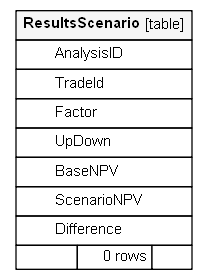
rkapl123/OreControl keeps this Graphviz diagram as docs/schemaDoc/diagrams/orphans/ResultsScenario.1degree.png. Above is the earlier version. Its source is kept beside it as docs/schemaDoc/diagrams/orphans/ResultsScenario.1degree.dot. Its diagram source:
```dot
digraph "ResultsScenario" {
  graph [
    rankdir="RL"
    bgcolor="#ffffff"
    nodesep="0.18"
    ranksep="0.46"
    fontname="Helvetica"
    fontsize="11"
    ration="compress"
  ];
  node [
    fontname="Helvetica"
    fontsize="11"
    shape="plaintext"
  ];
  edge [
    arrowsize="0.8"
  ];
  "ResultsScenario" [
   label=<
    <TABLE BORDER="0" CELLBORDER="1" CELLSPACING="0" BGCOLOR="#ffffff">
      <TR><TD COLSPAN="3"  BGCOLOR="#f5f5f5"><TABLE BORDER="0" CELLSPACING="0"><TR><TD ALIGN="LEFT"><B>ResultsScenario</B></TD><TD ALIGN="RIGHT">[table]</TD></TR></TABLE></TD></TR>
      <TR><TD PORT="AnalysisID" COLSPAN="3" ALIGN="LEFT"><TABLE BORDER="0" CELLSPACING="0" ALIGN="LEFT"><TR ALIGN="LEFT"><TD ALIGN="LEFT" FIXEDSIZE="TRUE" WIDTH="15" HEIGHT="16"></TD><TD ALIGN="LEFT" FIXEDSIZE="TRUE" WIDTH="94" HEIGHT="16">AnalysisID</TD></TR></TABLE></TD></TR>
      <TR><TD PORT="TradeId" COLSPAN="3" ALIGN="LEFT"><TABLE BORDER="0" CELLSPACING="0" ALIGN="LEFT"><TR ALIGN="LEFT"><TD ALIGN="LEFT" FIXEDSIZE="TRUE" WIDTH="15" HEIGHT="16"></TD><TD ALIGN="LEFT" FIXEDSIZE="TRUE" WIDTH="94" HEIGHT="16">TradeId</TD></TR></TABLE></TD></TR>
      <TR><TD PORT="Factor" COLSPAN="3" ALIGN="LEFT"><TABLE BORDER="0" CELLSPACING="0" ALIGN="LEFT"><TR ALIGN="LEFT"><TD ALIGN="LEFT" FIXEDSIZE="TRUE" WIDTH="15" HEIGHT="16"></TD><TD ALIGN="LEFT" FIXEDSIZE="TRUE" WIDTH="94" HEIGHT="16">Factor</TD></TR></TABLE></TD></TR>
      <TR><TD PORT="UpDown" COLSPAN="3" ALIGN="LEFT"><TABLE BORDER="0" CELLSPACING="0" ALIGN="LEFT"><TR ALIGN="LEFT"><TD ALIGN="LEFT" FIXEDSIZE="TRUE" WIDTH="15" HEIGHT="16"></TD><TD ALIGN="LEFT" FIXEDSIZE="TRUE" WIDTH="94" HEIGHT="16">UpDown</TD></TR></TABLE></TD></TR>
      <TR><TD PORT="BaseNPV" COLSPAN="3" ALIGN="LEFT"><TABLE BORDER="0" CELLSPACING="0" ALIGN="LEFT"><TR ALIGN="LEFT"><TD ALIGN="LEFT" FIXEDSIZE="TRUE" WIDTH="15" HEIGHT="16"></TD><TD ALIGN="LEFT" FIXEDSIZE="TRUE" WIDTH="94" HEIGHT="16">BaseNPV</TD></TR></TABLE></TD></TR>
      <TR><TD PORT="ScenarioNPV" COLSPAN="3" ALIGN="LEFT"><TABLE BORDER="0" CELLSPACING="0" ALIGN="LEFT"><TR ALIGN="LEFT"><TD ALIGN="LEFT" FIXEDSIZE="TRUE" WIDTH="15" HEIGHT="16"></TD><TD ALIGN="LEFT" FIXEDSIZE="TRUE" WIDTH="94" HEIGHT="16">ScenarioNPV</TD></TR></TABLE></TD></TR>
      <TR><TD PORT="Difference" COLSPAN="3" ALIGN="LEFT"><TABLE BORDER="0" CELLSPACING="0" ALIGN="LEFT"><TR ALIGN="LEFT"><TD ALIGN="LEFT" FIXEDSIZE="TRUE" WIDTH="15" HEIGHT="16"></TD><TD ALIGN="LEFT" FIXEDSIZE="TRUE" WIDTH="94" HEIGHT="16">Difference</TD></TR></TABLE></TD></TR>
      <TR><TD ALIGN="LEFT" BGCOLOR="#ffffff">  </TD><TD ALIGN="RIGHT" BGCOLOR="#ffffff">0 rows</TD><TD ALIGN="RIGHT" BGCOLOR="#ffffff">  </TD></TR>
    </TABLE>>
    URL="tables/ResultsScenario.html"
    tooltip="ResultsScenario"
  ];
}
```
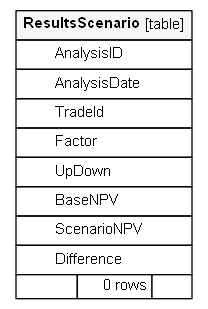
Later version of the same file.

What changed in the source:
```diff
@@ -21,6 +21,7 @@
     <TABLE BORDER="0" CELLBORDER="1" CELLSPACING="0" BGCOLOR="#ffffff">
       <TR><TD COLSPAN="3"  BGCOLOR="#f5f5f5"><TABLE BORDER="0" CELLSPACING="0"><TR><TD ALIGN="LEFT"><B>ResultsScenario</B></TD><TD ALIGN="RIGHT">[table]</TD></TR></TABLE></TD></TR>
       <TR><TD PORT="AnalysisID" COLSPAN="3" ALIGN="LEFT"><TABLE BORDER="0" CELLSPACING="0" ALIGN="LEFT"><TR ALIGN="LEFT"><TD ALIGN="LEFT" FIXEDSIZE="TRUE" WIDTH="15" HEIGHT="16"></TD><TD ALIGN="LEFT" FIXEDSIZE="TRUE" WIDTH="94" HEIGHT="16">AnalysisID</TD></TR></TABLE></TD></TR>
+      <TR><TD PORT="AnalysisDate" COLSPAN="3" ALIGN="LEFT"><TABLE BORDER="0" CELLSPACING="0" ALIGN="LEFT"><TR ALIGN="LEFT"><TD ALIGN="LEFT" FIXEDSIZE="TRUE" WIDTH="15" HEIGHT="16"></TD><TD ALIGN="LEFT" FIXEDSIZE="TRUE" WIDTH="94" HEIGHT="16">AnalysisDate</TD></TR></TABLE></TD></TR>
       <TR><TD PORT="TradeId" COLSPAN="3" ALIGN="LEFT"><TABLE BORDER="0" CELLSPACING="0" ALIGN="LEFT"><TR ALIGN="LEFT"><TD ALIGN="LEFT" FIXEDSIZE="TRUE" WIDTH="15" HEIGHT="16"></TD><TD ALIGN="LEFT" FIXEDSIZE="TRUE" WIDTH="94" HEIGHT="16">TradeId</TD></TR></TABLE></TD></TR>
       <TR><TD PORT="Factor" COLSPAN="3" ALIGN="LEFT"><TABLE BORDER="0" CELLSPACING="0" ALIGN="LEFT"><TR ALIGN="LEFT"><TD ALIGN="LEFT" FIXEDSIZE="TRUE" WIDTH="15" HEIGHT="16"></TD><TD ALIGN="LEFT" FIXEDSIZE="TRUE" WIDTH="94" HEIGHT="16">Factor</TD></TR></TABLE></TD></TR>
       <TR><TD PORT="UpDown" COLSPAN="3" ALIGN="LEFT"><TABLE BORDER="0" CELLSPACING="0" ALIGN="LEFT"><TR ALIGN="LEFT"><TD ALIGN="LEFT" FIXEDSIZE="TRUE" WIDTH="15" HEIGHT="16"></TD><TD ALIGN="LEFT" FIXEDSIZE="TRUE" WIDTH="94" HEIGHT="16">UpDown</TD></TR></TABLE></TD></TR>
```
